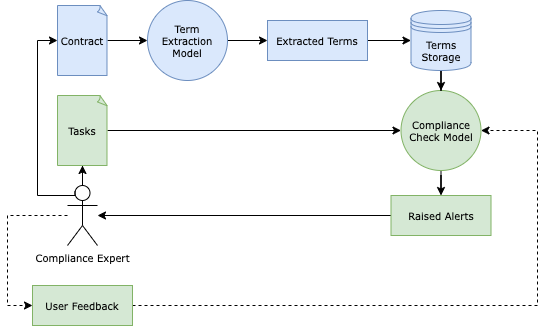
The draw.io diagram technical_task_solution.png in bakarov/llm, before a commit. Source tidied: cells renumbered, new cells last; positions are measured from the earlier drawing's top-left corner, leaving out a move shared by most shapes. Its diagram source:
```xml
<mxGraphModel>
  <root>
    <mxCell id="0" />
    <mxCell id="1" parent="0" />
    <mxCell id="2" style="edgeStyle=orthogonalEdgeStyle;rounded=0;jettySize=auto;html=1;exitX=0.5;exitY=0;exitDx=0;exitDy=0;exitPerimeter=0;fontFamily=Verdana;fontSize=10;" parent="1" edge="1" source="4" target="12">
      <mxGeometry relative="1" as="geometry" />
    </mxCell>
    <mxCell id="3" style="edgeStyle=orthogonalEdgeStyle;rounded=0;jettySize=auto;html=1;entryX=0;entryY=0.5;entryDx=0;entryDy=0;fontFamily=Verdana;fontSize=10;dashed=1;" parent="1" edge="1" target="21">
      <mxGeometry relative="1" as="geometry">
        <mxPoint x="60" y="215" as="sourcePoint" />
        <Array as="points">
          <mxPoint y="215" />
          <mxPoint y="305" />
        </Array>
      </mxGeometry>
    </mxCell>
    <mxCell id="4" value="Compliance Expert" style="shape=umlActor;verticalLabelPosition=bottom;verticalAlign=top;html=1;outlineConnect=0;fontFamily=Verdana;fontSize=10;" parent="1" vertex="1">
      <mxGeometry x="60" y="185" width="30" height="60" as="geometry" />
    </mxCell>
    <mxCell id="5" style="edgeStyle=orthogonalEdgeStyle;rounded=0;jettySize=auto;html=1;exitX=1;exitY=0.5;exitDx=0;exitDy=0;exitPerimeter=0;entryX=0;entryY=0.5;entryDx=0;entryDy=0;fontFamily=Verdana;fontSize=10;" parent="1" edge="1" source="6" target="8">
      <mxGeometry relative="1" as="geometry" />
    </mxCell>
    <mxCell id="6" value="Contract" style="whiteSpace=wrap;html=1;shape=mxgraph.basic.document;fontFamily=Verdana;fontSize=10;fillColor=#dae8fc;strokeColor=#6c8ebf;" parent="1" vertex="1">
      <mxGeometry x="50" y="5" width="50" height="70" as="geometry" />
    </mxCell>
    <mxCell id="7" style="edgeStyle=orthogonalEdgeStyle;rounded=0;jettySize=auto;html=1;exitX=1;exitY=0.5;exitDx=0;exitDy=0;entryX=0;entryY=0.5;entryDx=0;entryDy=0;fontFamily=Verdana;fontSize=10;" parent="1" edge="1" source="8" target="10">
      <mxGeometry relative="1" as="geometry" />
    </mxCell>
    <mxCell id="8" value="Term Extraction Model" style="ellipse;whiteSpace=wrap;html=1;fontFamily=Verdana;fontSize=10;fillColor=#dae8fc;strokeColor=#6c8ebf;" parent="1" vertex="1">
      <mxGeometry x="140" width="80" height="80" as="geometry" />
    </mxCell>
    <mxCell id="9" style="edgeStyle=orthogonalEdgeStyle;rounded=0;jettySize=auto;html=1;exitX=1;exitY=0.5;exitDx=0;exitDy=0;entryX=0;entryY=0.5;entryDx=0;entryDy=0;fontFamily=Verdana;fontSize=10;" parent="1" edge="1" source="10" target="18">
      <mxGeometry relative="1" as="geometry" />
    </mxCell>
    <mxCell id="10" value="Extracted Terms" style="rounded=0;whiteSpace=wrap;html=1;fontFamily=Verdana;fontSize=10;fillColor=#dae8fc;strokeColor=#6c8ebf;" parent="1" vertex="1">
      <mxGeometry x="260" y="20" width="100" height="40" as="geometry" />
    </mxCell>
    <mxCell id="11" style="edgeStyle=orthogonalEdgeStyle;rounded=0;jettySize=auto;html=1;exitX=1;exitY=0.5;exitDx=0;exitDy=0;exitPerimeter=0;entryX=0;entryY=0.5;entryDx=0;entryDy=0;fontFamily=Verdana;fontSize=10;" parent="1" edge="1" source="12" target="14">
      <mxGeometry relative="1" as="geometry" />
    </mxCell>
    <mxCell id="12" value="Tasks" style="whiteSpace=wrap;html=1;shape=mxgraph.basic.document;fontFamily=Verdana;fontSize=10;fillColor=#d5e8d4;strokeColor=#82b366;" parent="1" vertex="1">
      <mxGeometry x="50" y="95" width="50" height="70" as="geometry" />
    </mxCell>
    <mxCell id="13" style="edgeStyle=orthogonalEdgeStyle;rounded=0;jettySize=auto;html=1;exitX=0.5;exitY=1;exitDx=0;exitDy=0;fontFamily=Verdana;fontSize=10;" parent="1" edge="1" source="14" target="16">
      <mxGeometry relative="1" as="geometry" />
    </mxCell>
    <mxCell id="14" value="Compliance Check Model" style="ellipse;whiteSpace=wrap;html=1;fontFamily=Verdana;fontSize=10;fillColor=#d5e8d4;strokeColor=#82b366;" parent="1" vertex="1">
      <mxGeometry x="393.5" y="90" width="80" height="80" as="geometry" />
    </mxCell>
    <mxCell id="15" style="edgeStyle=orthogonalEdgeStyle;rounded=0;jettySize=auto;html=1;exitX=0;exitY=0.5;exitDx=0;exitDy=0;fontFamily=Verdana;fontSize=10;" parent="1" edge="1" source="16" target="4">
      <mxGeometry relative="1" as="geometry" />
    </mxCell>
    <mxCell id="16" value="Raised Alerts" style="rounded=0;whiteSpace=wrap;html=1;fontFamily=Verdana;fontSize=10;fillColor=#d5e8d4;strokeColor=#82b366;" parent="1" vertex="1">
      <mxGeometry x="383.5" y="195" width="100" height="40" as="geometry" />
    </mxCell>
    <mxCell id="17" style="edgeStyle=orthogonalEdgeStyle;rounded=0;jettySize=auto;html=1;exitX=0.5;exitY=1;exitDx=0;exitDy=0;fontFamily=Verdana;fontSize=10;" parent="1" edge="1" source="18" target="14">
      <mxGeometry relative="1" as="geometry" />
    </mxCell>
    <mxCell id="18" value="Terms Storage" style="shape=datastore;whiteSpace=wrap;html=1;fontFamily=Verdana;fontSize=10;fillColor=#dae8fc;strokeColor=#6c8ebf;" parent="1" vertex="1">
      <mxGeometry x="403.5" y="10" width="60" height="60" as="geometry" />
    </mxCell>
    <mxCell id="19" style="edgeStyle=orthogonalEdgeStyle;rounded=0;jettySize=auto;html=1;exitX=0.25;exitY=0.1;exitDx=0;exitDy=0;exitPerimeter=0;entryX=0;entryY=0.5;entryDx=0;entryDy=0;entryPerimeter=0;fontFamily=Verdana;fontSize=10;" parent="1" edge="1" source="4" target="6">
      <mxGeometry relative="1" as="geometry">
        <Array as="points">
          <mxPoint x="68" y="195" />
          <mxPoint x="30" y="195" />
          <mxPoint x="30" y="40" />
        </Array>
      </mxGeometry>
    </mxCell>
    <mxCell id="20" style="edgeStyle=orthogonalEdgeStyle;rounded=0;jettySize=auto;html=1;exitX=1;exitY=0.5;exitDx=0;exitDy=0;entryX=1;entryY=0.5;entryDx=0;entryDy=0;fontFamily=Verdana;fontSize=10;dashed=1;" parent="1" edge="1" source="21" target="14">
      <mxGeometry relative="1" as="geometry">
        <Array as="points">
          <mxPoint x="530" y="305" />
          <mxPoint x="530" y="130" />
        </Array>
      </mxGeometry>
    </mxCell>
    <mxCell id="21" value="User Feedback" style="rounded=0;whiteSpace=wrap;html=1;fontFamily=Verdana;fontSize=10;fillColor=#d5e8d4;strokeColor=#82b366;" parent="1" vertex="1">
      <mxGeometry x="25" y="285" width="100" height="40" as="geometry" />
    </mxCell>
  </root>
</mxGraphModel>
```
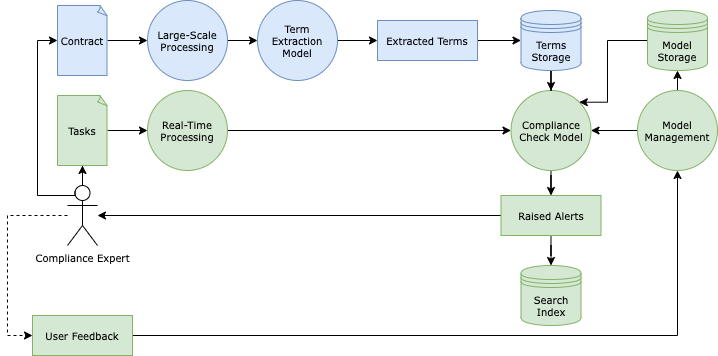
Later version of the same file.

What changed in the source:
```diff
@@ -7,21 +7,21 @@
     </mxCell>
     <mxCell id="3" style="edgeStyle=orthogonalEdgeStyle;rounded=0;jettySize=auto;html=1;entryX=0;entryY=0.5;entryDx=0;entryDy=0;fontFamily=Verdana;fontSize=10;dashed=1;" parent="1" edge="1" target="21">
       <mxGeometry relative="1" as="geometry">
-        <mxPoint x="60" y="215" as="sourcePoint" />
+        <mxPoint x="-50" y="215" as="sourcePoint" />
         <Array as="points">
-          <mxPoint y="215" />
-          <mxPoint y="305" />
+          <mxPoint x="-110" y="215" />
+          <mxPoint x="-110" y="335" />
         </Array>
       </mxGeometry>
     </mxCell>
     <mxCell id="4" value="Compliance Expert" style="shape=umlActor;verticalLabelPosition=bottom;verticalAlign=top;html=1;outlineConnect=0;fontFamily=Verdana;fontSize=10;" parent="1" vertex="1">
-      <mxGeometry x="60" y="185" width="30" height="60" as="geometry" />
+      <mxGeometry x="-50" y="185" width="30" height="60" as="geometry" />
     </mxCell>
-    <mxCell id="5" style="edgeStyle=orthogonalEdgeStyle;rounded=0;jettySize=auto;html=1;exitX=1;exitY=0.5;exitDx=0;exitDy=0;exitPerimeter=0;entryX=0;entryY=0.5;entryDx=0;entryDy=0;fontFamily=Verdana;fontSize=10;" parent="1" edge="1" source="6" target="8">
-      <mxGeometry relative="1" as="geometry" />
-    </mxCell>
+    <mxCell id="22" style="edgeStyle=orthogonalEdgeStyle;rounded=0;jettySize=auto;html=1;exitX=1;exitY=0.5;exitDx=0;exitDy=0;exitPerimeter=0;entryX=0;entryY=0.5;entryDx=0;entryDy=0;" parent="1" edge="1" source="6" target="27">
+      <mxGeometry relative="1" as="geometry" />
+    </mxCell>
     <mxCell id="6" value="Contract" style="whiteSpace=wrap;html=1;shape=mxgraph.basic.document;fontFamily=Verdana;fontSize=10;fillColor=#dae8fc;strokeColor=#6c8ebf;" parent="1" vertex="1">
-      <mxGeometry x="50" y="5" width="50" height="70" as="geometry" />
+      <mxGeometry x="-60" y="5" width="50" height="70" as="geometry" />
     </mxCell>
     <mxCell id="7" style="edgeStyle=orthogonalEdgeStyle;rounded=0;jettySize=auto;html=1;exitX=1;exitY=0.5;exitDx=0;exitDy=0;entryX=0;entryY=0.5;entryDx=0;entryDy=0;fontFamily=Verdana;fontSize=10;" parent="1" edge="1" source="8" target="10">
       <mxGeometry relative="1" as="geometry" />
@@ -35,11 +35,11 @@
     <mxCell id="10" value="Extracted Terms" style="rounded=0;whiteSpace=wrap;html=1;fontFamily=Verdana;fontSize=10;fillColor=#dae8fc;strokeColor=#6c8ebf;" parent="1" vertex="1">
       <mxGeometry x="260" y="20" width="100" height="40" as="geometry" />
     </mxCell>
-    <mxCell id="11" style="edgeStyle=orthogonalEdgeStyle;rounded=0;jettySize=auto;html=1;exitX=1;exitY=0.5;exitDx=0;exitDy=0;exitPerimeter=0;entryX=0;entryY=0.5;entryDx=0;entryDy=0;fontFamily=Verdana;fontSize=10;" parent="1" edge="1" source="12" target="14">
-      <mxGeometry relative="1" as="geometry" />
-    </mxCell>
+    <mxCell id="23" style="edgeStyle=orthogonalEdgeStyle;rounded=0;jettySize=auto;html=1;exitX=1;exitY=0.5;exitDx=0;exitDy=0;exitPerimeter=0;" parent="1" edge="1" source="12" target="29">
+      <mxGeometry relative="1" as="geometry" />
+    </mxCell>
     <mxCell id="12" value="Tasks" style="whiteSpace=wrap;html=1;shape=mxgraph.basic.document;fontFamily=Verdana;fontSize=10;fillColor=#d5e8d4;strokeColor=#82b366;" parent="1" vertex="1">
-      <mxGeometry x="50" y="95" width="50" height="70" as="geometry" />
+      <mxGeometry x="-60" y="95" width="50" height="70" as="geometry" />
     </mxCell>
     <mxCell id="13" style="edgeStyle=orthogonalEdgeStyle;rounded=0;jettySize=auto;html=1;exitX=0.5;exitY=1;exitDx=0;exitDy=0;fontFamily=Verdana;fontSize=10;" parent="1" edge="1" source="14" target="16">
       <mxGeometry relative="1" as="geometry" />
@@ -50,6 +50,9 @@
     <mxCell id="15" style="edgeStyle=orthogonalEdgeStyle;rounded=0;jettySize=auto;html=1;exitX=0;exitY=0.5;exitDx=0;exitDy=0;fontFamily=Verdana;fontSize=10;" parent="1" edge="1" source="16" target="4">
       <mxGeometry relative="1" as="geometry" />
     </mxCell>
+    <mxCell id="24" style="edgeStyle=orthogonalEdgeStyle;rounded=0;jettySize=auto;html=1;exitX=0.5;exitY=1;exitDx=0;exitDy=0;" parent="1" edge="1" source="16" target="30">
+      <mxGeometry relative="1" as="geometry" />
+    </mxCell>
     <mxCell id="16" value="Raised Alerts" style="rounded=0;whiteSpace=wrap;html=1;fontFamily=Verdana;fontSize=10;fillColor=#d5e8d4;strokeColor=#82b366;" parent="1" vertex="1">
       <mxGeometry x="383.5" y="195" width="100" height="40" as="geometry" />
     </mxCell>
@@ -62,22 +65,52 @@
     <mxCell id="19" style="edgeStyle=orthogonalEdgeStyle;rounded=0;jettySize=auto;html=1;exitX=0.25;exitY=0.1;exitDx=0;exitDy=0;exitPerimeter=0;entryX=0;entryY=0.5;entryDx=0;entryDy=0;entryPerimeter=0;fontFamily=Verdana;fontSize=10;" parent="1" edge="1" source="4" target="6">
       <mxGeometry relative="1" as="geometry">
         <Array as="points">
-          <mxPoint x="68" y="195" />
-          <mxPoint x="30" y="195" />
-          <mxPoint x="30" y="40" />
+          <mxPoint x="-42" y="195" />
+          <mxPoint x="-80" y="195" />
+          <mxPoint x="-80" y="40" />
         </Array>
       </mxGeometry>
     </mxCell>
-    <mxCell id="20" style="edgeStyle=orthogonalEdgeStyle;rounded=0;jettySize=auto;html=1;exitX=1;exitY=0.5;exitDx=0;exitDy=0;entryX=1;entryY=0.5;entryDx=0;entryDy=0;fontFamily=Verdana;fontSize=10;dashed=1;" parent="1" edge="1" source="21" target="14">
-      <mxGeometry relative="1" as="geometry">
-        <Array as="points">
-          <mxPoint x="530" y="305" />
-          <mxPoint x="530" y="130" />
-        </Array>
-      </mxGeometry>
-    </mxCell>
+    <mxCell id="25" style="edgeStyle=orthogonalEdgeStyle;rounded=0;jettySize=auto;html=1;exitX=1;exitY=0.5;exitDx=0;exitDy=0;entryX=0.5;entryY=1;entryDx=0;entryDy=0;" parent="1" edge="1" source="21" target="33">
+      <mxGeometry relative="1" as="geometry" />
+    </mxCell>
     <mxCell id="21" value="User Feedback" style="rounded=0;whiteSpace=wrap;html=1;fontFamily=Verdana;fontSize=10;fillColor=#d5e8d4;strokeColor=#82b366;" parent="1" vertex="1">
-      <mxGeometry x="25" y="285" width="100" height="40" as="geometry" />
+      <mxGeometry x="-85" y="315" width="100" height="40" as="geometry" />
     </mxCell>
+    <mxCell id="26" style="edgeStyle=orthogonalEdgeStyle;rounded=0;jettySize=auto;html=1;exitX=1;exitY=0.5;exitDx=0;exitDy=0;" parent="1" edge="1" source="27" target="8">
+      <mxGeometry relative="1" as="geometry" />
+    </mxCell>
+    <mxCell id="27" value="Large-Scale Processing" style="ellipse;whiteSpace=wrap;html=1;fontFamily=Verdana;fontSize=10;fillColor=#dae8fc;strokeColor=#6c8ebf;" parent="1" vertex="1">
+      <mxGeometry x="30" width="80" height="80" as="geometry" />
+    </mxCell>
+    <mxCell id="28" style="edgeStyle=orthogonalEdgeStyle;rounded=0;jettySize=auto;html=1;exitX=1;exitY=0.5;exitDx=0;exitDy=0;" parent="1" edge="1" source="29" target="14">
+      <mxGeometry relative="1" as="geometry" />
+    </mxCell>
+    <mxCell id="29" value="Real-Time Processing" style="ellipse;whiteSpace=wrap;html=1;fontFamily=Verdana;fontSize=10;fillColor=#d5e8d4;strokeColor=#82b366;" parent="1" vertex="1">
+      <mxGeometry x="30" y="90" width="80" height="80" as="geometry" />
+    </mxCell>
+    <mxCell id="30" value="Search Index" style="shape=datastore;whiteSpace=wrap;html=1;fontFamily=Verdana;fontSize=10;fillColor=#d5e8d4;strokeColor=#82b366;" parent="1" vertex="1">
+      <mxGeometry x="403.5" y="265" width="60" height="60" as="geometry" />
+    </mxCell>
+    <mxCell id="31" style="edgeStyle=orthogonalEdgeStyle;rounded=0;jettySize=auto;html=1;exitX=0;exitY=0.5;exitDx=0;exitDy=0;entryX=1;entryY=0.5;entryDx=0;entryDy=0;" parent="1" edge="1" source="33" target="14">
+      <mxGeometry relative="1" as="geometry" />
+    </mxCell>
+    <mxCell id="32" style="edgeStyle=orthogonalEdgeStyle;rounded=0;jettySize=auto;html=1;exitX=0.5;exitY=0;exitDx=0;exitDy=0;entryX=0.5;entryY=1;entryDx=0;entryDy=0;" parent="1" edge="1" source="33" target="35">
+      <mxGeometry relative="1" as="geometry" />
+    </mxCell>
+    <mxCell id="33" value="Model Management" style="ellipse;whiteSpace=wrap;html=1;fontFamily=Verdana;fontSize=10;fillColor=#d5e8d4;strokeColor=#82b366;" parent="1" vertex="1">
+      <mxGeometry x="520" y="90" width="80" height="80" as="geometry" />
+    </mxCell>
+    <mxCell id="34" style="edgeStyle=orthogonalEdgeStyle;rounded=0;jettySize=auto;html=1;exitX=0;exitY=0.5;exitDx=0;exitDy=0;entryX=1;entryY=0;entryDx=0;entryDy=0;" parent="1" edge="1" source="35" target="14">
+      <mxGeometry relative="1" as="geometry">
+        <Array as="points">
+          <mxPoint x="490" y="40" />
+          <mxPoint x="490" y="102" />
+        </Array>
+      </mxGeometry>
+    </mxCell>
+    <mxCell id="35" value="Model Storage" style="shape=datastore;whiteSpace=wrap;html=1;fontFamily=Verdana;fontSize=10;fillColor=#d5e8d4;strokeColor=#82b366;" parent="1" vertex="1">
+      <mxGeometry x="530" y="10" width="60" height="60" as="geometry" />
+    </mxCell>
   </root>
 </mxGraphModel>
```
